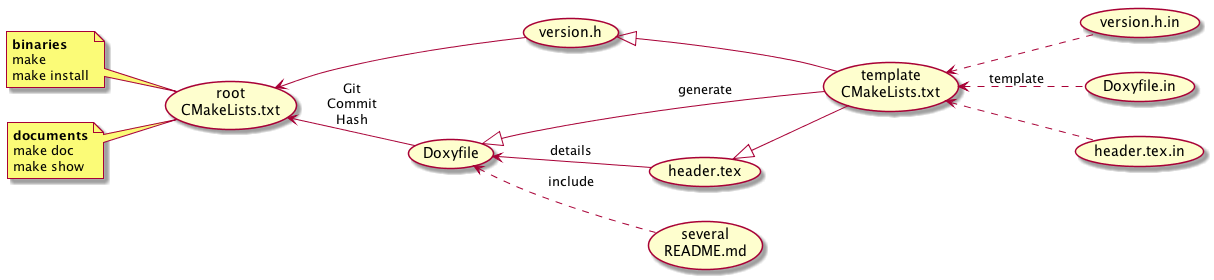
xue2sheng/GenealogicalTree keeps this PlantUML diagram as image/cmake.png. Above is the earlier version.
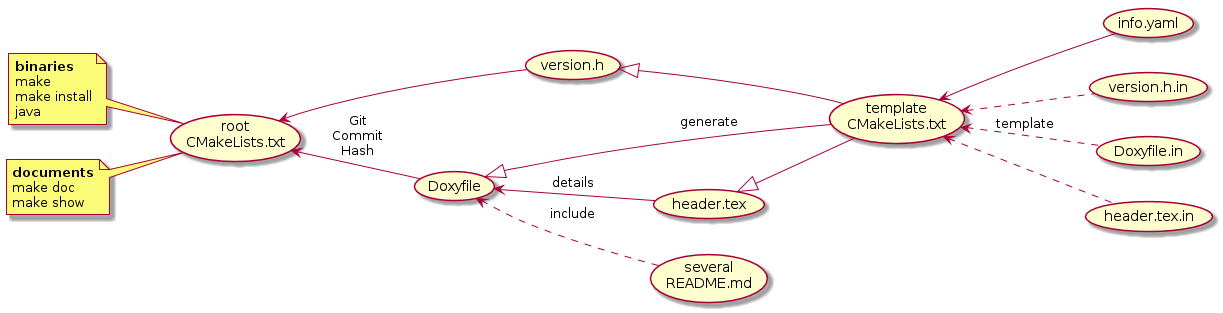
After the change.

The edit, as a diff of the source:
```diff
@@ -3,6 +3,7 @@
 (version.h) <|-- (template\nCMakeLists.txt)
 (Doxyfile) <|-- (template\nCMakeLists.txt) : generate
 (header.tex) <|-- (template\nCMakeLists.txt)
+(template\nCMakeLists.txt) <-- (info.yaml)
 (template\nCMakeLists.txt) <.. (version.h.in)
 (template\nCMakeLists.txt) <.. (Doxyfile.in) : template
 (template\nCMakeLists.txt) <.. (header.tex.in)
@@ -10,6 +11,6 @@
 (root\nCMakeLists.txt) <-- (version.h)
 (root\nCMakeLists.txt) <-- (Doxyfile) : Git\nCommit\nHash
 (Doxyfile) <.. (several\nREADME.md) : include
-note left of (root\nCMakeLists.txt): **binaries**\nmake\nmake install
+note left of (root\nCMakeLists.txt): **binaries**\nmake\nmake install\njava
 note left of (root\nCMakeLists.txt): **documents**\nmake doc\nmake show
 @enduml
```
